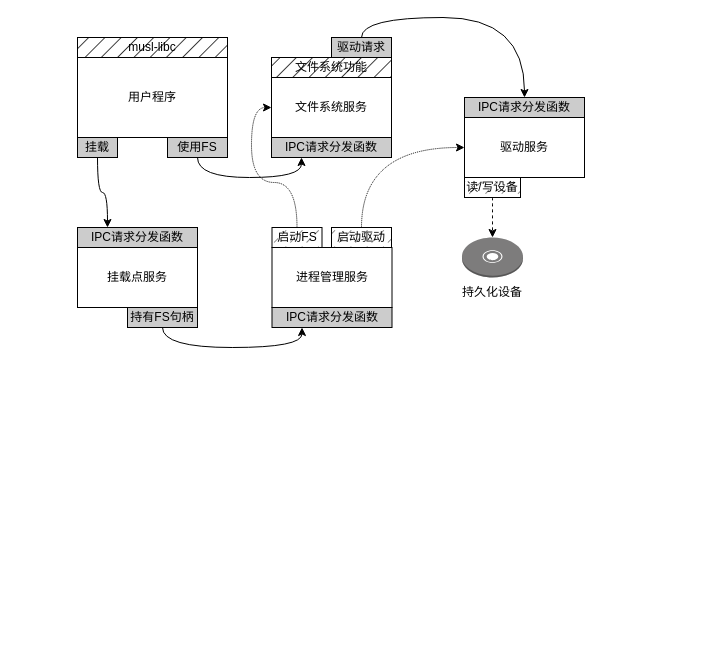
Earlier version of the draw.io diagram vfs/chfs_architecture.drawio (ReimuYk/drawio_master_graduate_paper). Source tidied: cells renumbered, new cells numbered last; positions are measured from the earlier drawing's top-left corner, leaving out a move shared by most shapes. Both pictures are drawn from the tidied source at 100%, with x=0, y=0 at pixel (77, 37).
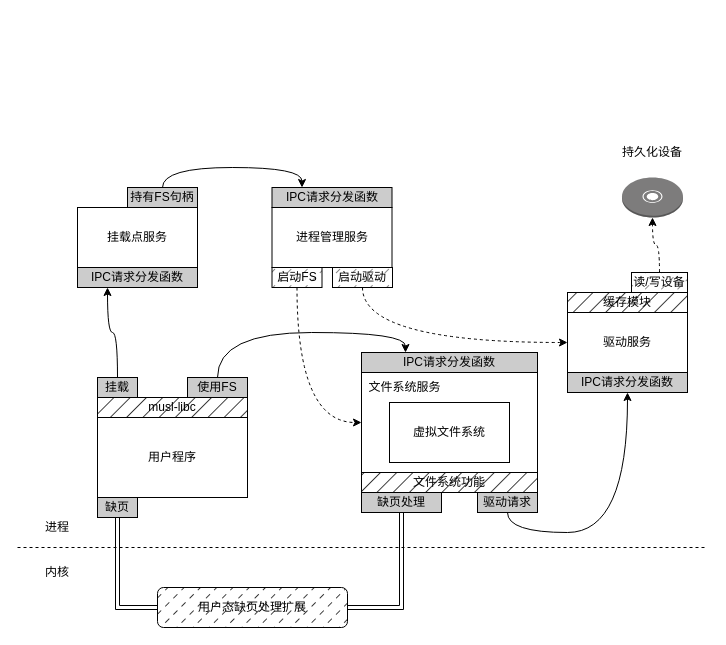
After the change.

What changed in the source:
```diff
@@
     <mxCell id="2" value="挂载点服务" style="rounded=0;whiteSpace=wrap;html=1;" parent="1" vertex="1">
-      <mxGeometry y="210" width="120" height="60" as="geometry" />
+      <mxGeometry y="170" width="120" height="60" as="geometry" />
     </mxCell>
     <mxCell id="3" value="用户程序" style="rounded=0;whiteSpace=wrap;html=1;" parent="1" vertex="1">
-      <mxGeometry y="20" width="150" height="80" as="geometry" />
+      <mxGeometry x="20" y="380" width="150" height="80" as="geometry" />
     </mxCell>
-    <mxCell id="4" value="文件系统服务" style="rounded=0;whiteSpace=wrap;html=1;" parent="1" vertex="1">
-      <mxGeometry x="194" y="40" width="120" height="60" as="geometry" />
+    <mxCell id="4" style="rounded=0;whiteSpace=wrap;html=1;" parent="1" vertex="1">
+      <mxGeometry x="284" y="335" width="176" height="100" as="geometry" />
     </mxCell>
     <mxCell id="5" value="驱动服务" style="rounded=0;whiteSpace=wrap;html=1;" parent="1" vertex="1">
-      <mxGeometry x="387" y="80" width="120" height="60" as="geometry" />
+      <mxGeometry x="490" y="275" width="120" height="60" as="geometry" />
     </mxCell>
     <mxCell id="6" value="进程管理服务" style="rounded=0;whiteSpace=wrap;html=1;" parent="1" vertex="1">
-      <mxGeometry x="194.5" y="210" width="120" height="60" as="geometry" />
+      <mxGeometry x="194.5" y="170" width="120" height="60" as="geometry" />
     </mxCell>
     <mxCell id="7" style="outlineConnect=0;dashed=0;verticalLabelPosition=bottom;verticalAlign=top;align=center;html=1;shape=mxgraph.aws3.disk;fillColor=#7D7C7C;gradientColor=none;" parent="1" vertex="1">
-      <mxGeometry x="384.5" y="200" width="61" height="40" as="geometry" />
+      <mxGeometry x="544.5" y="140" width="61" height="40" as="geometry" />
     </mxCell>
     <mxCell id="8" value="持久化设备" style="text;html=1;strokeColor=none;fillColor=none;align=center;verticalAlign=middle;whiteSpace=wrap;rounded=0;" parent="1" vertex="1">
-      <mxGeometry x="370" y="240" width="90" height="30" as="geometry" />
+      <mxGeometry x="530" y="100" width="90" height="30" as="geometry" />
     </mxCell>
     <mxCell id="9" value="musl-libc" style="rounded=0;whiteSpace=wrap;html=1;fillColor=#000000;fillStyle=hatch;" parent="1" vertex="1">
-      <mxGeometry width="150" height="20" as="geometry" />
+      <mxGeometry x="20" y="360" width="150" height="20" as="geometry" />
     </mxCell>
     <mxCell id="10" value="IPC请求分发函数" style="rounded=0;whiteSpace=wrap;html=1;fillColor=#CCCCCC;" parent="1" vertex="1">
-      <mxGeometry x="194" y="100" width="120" height="20" as="geometry" />
+      <mxGeometry x="284" y="315" width="176" height="20" as="geometry" />
     </mxCell>
     <mxCell id="11" value="IPC请求分发函数" style="rounded=0;whiteSpace=wrap;html=1;fillColor=#CCCCCC;" parent="1" vertex="1">
-      <mxGeometry x="387" y="60" width="120" height="20" as="geometry" />
+      <mxGeometry x="490" y="335" width="120" height="20" as="geometry" />
     </mxCell>
     <mxCell id="12" value="IPC请求分发函数" style="rounded=0;whiteSpace=wrap;html=1;fillColor=#CCCCCC;" parent="1" vertex="1">
-      <mxGeometry y="190" width="120" height="20" as="geometry" />
+      <mxGeometry y="230" width="120" height="20" as="geometry" />
     </mxCell>
     <mxCell id="13" value="IPC请求分发函数" style="rounded=0;whiteSpace=wrap;html=1;fillColor=#CCCCCC;" parent="1" vertex="1">
-      <mxGeometry x="194.5" y="270" width="120" height="20" as="geometry" />
+      <mxGeometry x="194.5" y="150" width="120" height="20" as="geometry" />
     </mxCell>
-    <mxCell id="14" style="edgeStyle=orthogonalEdgeStyle;curved=1;rounded=0;jettySize=auto;html=1;exitX=0.5;exitY=1;exitDx=0;exitDy=0;entryX=0.25;entryY=1;entryDx=0;entryDy=0;" parent="1" edge="1" source="15" target="13">
+    <mxCell id="14" style="edgeStyle=orthogonalEdgeStyle;curved=1;rounded=0;jettySize=auto;html=1;exitX=0.5;exitY=0;exitDx=0;exitDy=0;entryX=0.25;entryY=0;entryDx=0;entryDy=0;" parent="1" edge="1" source="15" target="13">
       <mxGeometry relative="1" as="geometry" />
     </mxCell>
     <mxCell id="15" value="持有FS句柄" style="rounded=0;whiteSpace=wrap;html=1;fillColor=#CCCCCC;" parent="1" vertex="1">
-      <mxGeometry x="50" y="270" width="70" height="20" as="geometry" />
+      <mxGeometry x="50" y="150" width="70" height="20" as="geometry" />
     </mxCell>
-    <mxCell id="16" style="edgeStyle=orthogonalEdgeStyle;curved=1;rounded=0;jettySize=auto;html=1;exitX=0.5;exitY=0;exitDx=0;exitDy=0;entryX=0;entryY=0.5;entryDx=0;entryDy=0;dashed=1;dashPattern=1 1;" parent="1" edge="1" source="17" target="4">
+    <mxCell id="16" style="edgeStyle=orthogonalEdgeStyle;curved=1;rounded=0;jettySize=auto;html=1;exitX=0.5;exitY=1;exitDx=0;exitDy=0;entryX=0;entryY=0.5;entryDx=0;entryDy=0;dashed=1;" parent="1" edge="1" source="17" target="4">
       <mxGeometry relative="1" as="geometry" />
     </mxCell>
     <mxCell id="17" value="启动FS" style="rounded=0;whiteSpace=wrap;html=1;fillStyle=dashed;fillColor=#666666;" parent="1" vertex="1">
-      <mxGeometry x="194.5" y="190" width="50" height="20" as="geometry" />
+      <mxGeometry x="194.5" y="230" width="50" height="20" as="geometry" />
     </mxCell>
-    <mxCell id="18" style="edgeStyle=orthogonalEdgeStyle;curved=1;rounded=0;jettySize=auto;html=1;exitX=0.5;exitY=1;exitDx=0;exitDy=0;dashed=1;" parent="1" edge="1" source="19" target="7">
+    <mxCell id="18" style="edgeStyle=orthogonalEdgeStyle;curved=1;rounded=0;jettySize=auto;html=1;exitX=0.5;exitY=0;exitDx=0;exitDy=0;dashed=1;" parent="1" edge="1" source="19" target="7">
       <mxGeometry relative="1" as="geometry" />
     </mxCell>
     <mxCell id="19" value="读/写设备" style="rounded=0;whiteSpace=wrap;html=1;fillStyle=dashed;fillColor=#666666;" parent="1" vertex="1">
-      <mxGeometry x="387" y="140" width="56" height="20" as="geometry" />
+      <mxGeometry x="554" y="235" width="56" height="20" as="geometry" />
     </mxCell>
-    <mxCell id="20" style="edgeStyle=orthogonalEdgeStyle;rounded=0;jettySize=auto;html=1;exitX=0.5;exitY=1;exitDx=0;exitDy=0;entryX=0.25;entryY=0;entryDx=0;entryDy=0;curved=1;" parent="1" edge="1" source="21" target="12">
+    <mxCell id="20" style="edgeStyle=orthogonalEdgeStyle;rounded=0;jettySize=auto;html=1;exitX=0.5;exitY=0;exitDx=0;exitDy=0;entryX=0.25;entryY=1;entryDx=0;entryDy=0;curved=1;" parent="1" edge="1" source="21" target="12">
       <mxGeometry relative="1" as="geometry" />
     </mxCell>
     <mxCell id="21" value="挂载" style="rounded=0;whiteSpace=wrap;html=1;fillColor=#CCCCCC;" parent="1" vertex="1">
-      <mxGeometry y="100" width="40" height="20" as="geometry" />
+      <mxGeometry x="20" y="340" width="40" height="20" as="geometry" />
     </mxCell>
-    <mxCell id="22" style="edgeStyle=orthogonalEdgeStyle;curved=1;rounded=0;jettySize=auto;html=1;exitX=0.5;exitY=1;exitDx=0;exitDy=0;entryX=0.25;entryY=1;entryDx=0;entryDy=0;" parent="1" edge="1" source="23" target="10">
+    <mxCell id="22" style="edgeStyle=orthogonalEdgeStyle;curved=1;rounded=0;jettySize=auto;html=1;exitX=0.5;exitY=0;exitDx=0;exitDy=0;entryX=0.25;entryY=0;entryDx=0;entryDy=0;" parent="1" edge="1" source="23" target="10">
       <mxGeometry relative="1" as="geometry" />
     </mxCell>
     <mxCell id="23" value="使用FS" style="rounded=0;whiteSpace=wrap;html=1;fillColor=#CCCCCC;" parent="1" vertex="1">
-      <mxGeometry x="90" y="100" width="60" height="20" as="geometry" />
+      <mxGeometry x="110" y="340" width="60" height="20" as="geometry" />
     </mxCell>
-    <mxCell id="24" style="edgeStyle=orthogonalEdgeStyle;curved=1;rounded=0;jettySize=auto;html=1;exitX=0.5;exitY=0;exitDx=0;exitDy=0;entryX=0;entryY=0.5;entryDx=0;entryDy=0;dashed=1;dashPattern=1 1;" parent="1" edge="1" source="25" target="5">
+    <mxCell id="24" style="edgeStyle=orthogonalEdgeStyle;curved=1;rounded=0;jettySize=auto;html=1;exitX=0.5;exitY=1;exitDx=0;exitDy=0;entryX=0;entryY=0.5;entryDx=0;entryDy=0;dashed=1;" parent="1" edge="1" source="25" target="5">
       <mxGeometry relative="1" as="geometry" />
     </mxCell>
     <mxCell id="25" value="启动驱动" style="rounded=0;whiteSpace=wrap;html=1;fillStyle=dashed;fillColor=#666666;" parent="1" vertex="1">
-      <mxGeometry x="254" y="190" width="60" height="20" as="geometry" />
+      <mxGeometry x="255" y="230" width="60" height="20" as="geometry" />
     </mxCell>
-    <mxCell id="26" style="edgeStyle=orthogonalEdgeStyle;curved=1;rounded=0;jettySize=auto;html=1;exitX=0.5;exitY=0;exitDx=0;exitDy=0;entryX=0.5;entryY=0;entryDx=0;entryDy=0;" parent="1" edge="1" source="27" target="11">
+    <mxCell id="26" style="edgeStyle=orthogonalEdgeStyle;curved=1;rounded=0;jettySize=auto;html=1;exitX=0.5;exitY=1;exitDx=0;exitDy=0;entryX=0.5;entryY=1;entryDx=0;entryDy=0;" parent="1" edge="1" source="27" target="11">
       <mxGeometry relative="1" as="geometry" />
     </mxCell>
     <mxCell id="27" value="驱动请求" style="rounded=0;whiteSpace=wrap;html=1;fillColor=#CCCCCC;" parent="1" vertex="1">
-      <mxGeometry x="254" width="60" height="20" as="geometry" />
+      <mxGeometry x="400" y="455" width="60" height="20" as="geometry" />
     </mxCell>
     <mxCell id="28" value="文件系统功能" style="rounded=0;whiteSpace=wrap;html=1;fillColor=#000000;fillStyle=hatch;" parent="1" vertex="1">
-      <mxGeometry x="194" y="20" width="120" height="20" as="geometry" />
+      <mxGeometry x="284" y="435" width="176" height="20" as="geometry" />
     </mxCell>
+    <mxCell id="29" value="虚拟文件系统" style="rounded=0;whiteSpace=wrap;html=1;" parent="1" vertex="1">
+      <mxGeometry x="312" y="365" width="120" height="60" as="geometry" />
+    </mxCell>
+    <mxCell id="30" value="文件系统服务" style="text;html=1;strokeColor=none;fillColor=none;align=center;verticalAlign=middle;whiteSpace=wrap;rounded=0;" parent="1" vertex="1">
+      <mxGeometry x="285" y="335" width="85" height="30" as="geometry" />
+    </mxCell>
+    <mxCell id="31" value="缓存模块" style="rounded=0;whiteSpace=wrap;html=1;fillColor=#000000;fillStyle=hatch;" parent="1" vertex="1">
+      <mxGeometry x="490" y="255" width="120" height="20" as="geometry" />
+    </mxCell>
+    <mxCell id="32" style="endArrow=none;dashed=1;html=1;rounded=0;" parent="1" edge="1">
+      <mxGeometry relative="1" as="geometry">
+        <mxPoint x="-60" y="510" as="sourcePoint" />
+        <mxPoint x="630" y="510" as="targetPoint" />
+      </mxGeometry>
+    </mxCell>
+    <mxCell id="33" value="进程" style="text;html=1;strokeColor=none;fillColor=none;align=center;verticalAlign=middle;whiteSpace=wrap;rounded=0;fillStyle=hatch;" parent="1" vertex="1">
+      <mxGeometry x="-50" y="475" width="60" height="30" as="geometry" />
+    </mxCell>
+    <mxCell id="34" value="内核" style="text;html=1;strokeColor=none;fillColor=none;align=center;verticalAlign=middle;whiteSpace=wrap;rounded=0;fillStyle=hatch;" parent="1" vertex="1">
+      <mxGeometry x="-50" y="520" width="60" height="30" as="geometry" />
+    </mxCell>
+    <mxCell id="35" style="edgeStyle=orthogonalEdgeStyle;curved=1;rounded=0;jettySize=auto;html=1;exitX=1;exitY=0.5;exitDx=0;exitDy=0;entryX=0.5;entryY=1;entryDx=0;entryDy=0;shape=link;" parent="1" edge="1" source="36" target="39">
+      <mxGeometry relative="1" as="geometry" />
+    </mxCell>
+    <mxCell id="36" value="用户态缺页处理扩展" style="rounded=1;whiteSpace=wrap;html=1;fillStyle=dashed;fillColor=#000000;" parent="1" vertex="1">
+      <mxGeometry x="80" y="550" width="190" height="40" as="geometry" />
+    </mxCell>
+    <mxCell id="37" style="edgeStyle=orthogonalEdgeStyle;rounded=0;jettySize=auto;html=1;exitX=0.5;exitY=1;exitDx=0;exitDy=0;entryX=0;entryY=0.5;entryDx=0;entryDy=0;curved=1;shape=link;" parent="1" edge="1" source="38" target="36">
+      <mxGeometry relative="1" as="geometry" />
+    </mxCell>
+    <mxCell id="38" value="缺页" style="rounded=0;whiteSpace=wrap;html=1;fillColor=#CCCCCC;" parent="1" vertex="1">
+      <mxGeometry x="20" y="460" width="40" height="20" as="geometry" />
+    </mxCell>
+    <mxCell id="39" value="缺页处理" style="rounded=0;whiteSpace=wrap;html=1;fillColor=#CCCCCC;" parent="1" vertex="1">
+      <mxGeometry x="284" y="455" width="80" height="20" as="geometry" />
+    </mxCell>
```
